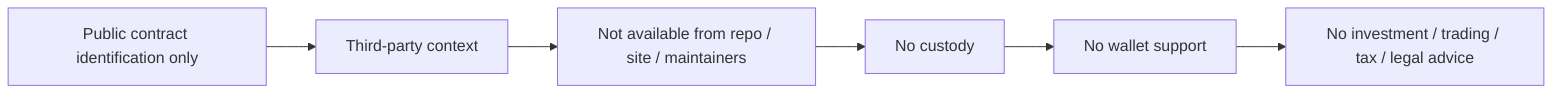
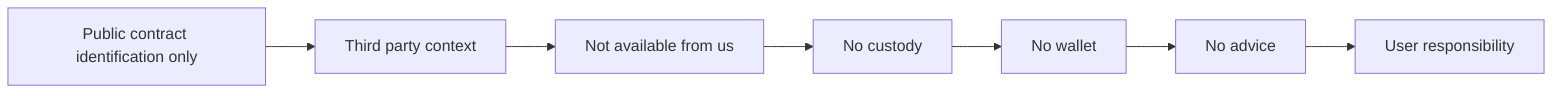
flowchart LR
-   ID[Public contract identification only] --> ThirdParty[Third-party context]
-   ThirdParty --> NotAvailable[Not available from repo / site / maintainers]
-   NotAvailable --> NoCustody[No custody]
-   NoCustody --> NoWallet[No wallet support]
-   NoWallet --> NoAdvice[No investment / trading / tax / legal advice]
+   N0["Public contract identification only"] --> N1["Third party context"]
+   N1["Third party context"] --> N2["Not available from us"]
+   N2["Not available from us"] --> N3["No custody"]
+   N3["No custody"] --> N4["No wallet"]
+   N4["No wallet"] --> N5["No advice"]
+   N5["No advice"] --> N6["User responsibility"]
